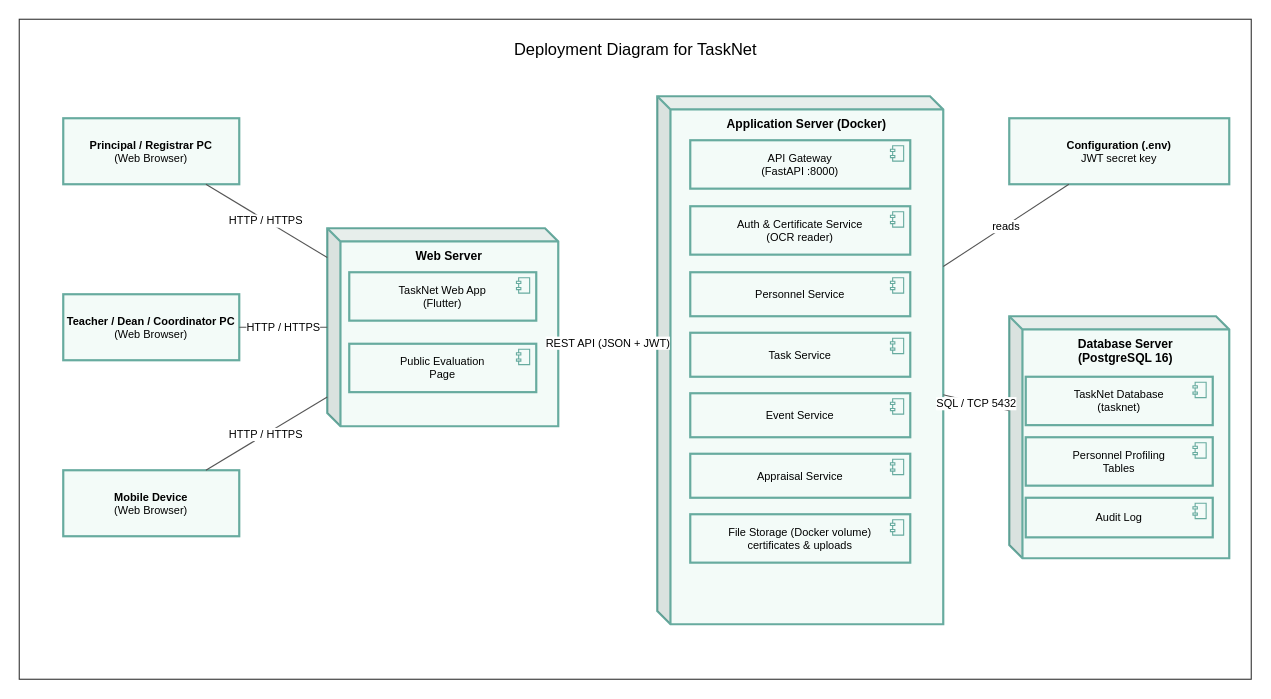
This is docs/tasknet_deployment.drawio from sjekob/Task-and-Event-Management-System, a draw.io file, before an edit. Source tidied: cells renumbered, new cells numbered last; positions are measured from the earlier drawing's top-left corner, leaving out a move shared by most shapes. Both pictures are drawn from the tidied source at 110%, with x=0, y=0 at pixel (19, 19).
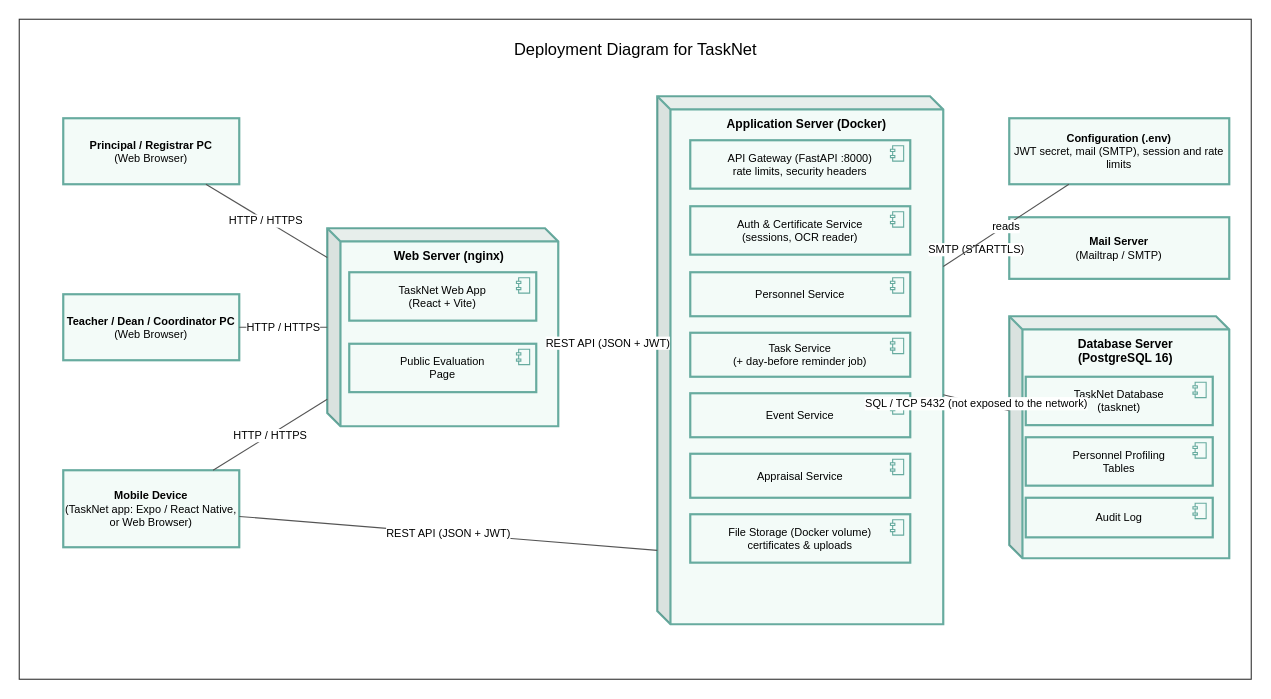
After the change.

Unchanged cells that the change refers to:
```xml
<mxCell id="12" value="Application Server (Docker)" style="shape=cube;whiteSpace=wrap;html=1;boundedLbl=1;backgroundOutline=1;darkOpacity=0.05;darkOpacity2=0.1;size=12;verticalAlign=top;fontStyle=1;fontSize=11;fillColor=#F3FBF8;strokeColor=#67AB9F;strokeWidth=2;" parent="1" vertex="1">
  <mxGeometry x="580" y="70" width="260" height="480" as="geometry" />
</mxCell>
<mxCell id="27" value="Database Server&lt;br&gt;(PostgreSQL 16)" style="shape=cube;whiteSpace=wrap;html=1;boundedLbl=1;backgroundOutline=1;darkOpacity=0.05;darkOpacity2=0.1;size=12;verticalAlign=top;fontStyle=1;fontSize=11;fillColor=#F3FBF8;strokeColor=#67AB9F;strokeWidth=2;" parent="1" vertex="1">
  <mxGeometry x="900" y="270" width="200" height="220" as="geometry" />
</mxCell>
```

Diff of the diagram source:
```diff
@@
-    <mxCell id="6" value="Mobile Device&lt;br&gt;&lt;span style='font-weight:normal'&gt;(Web Browser)&lt;/span&gt;" style="rounded=0;whiteSpace=wrap;html=1;fontSize=10;fillColor=#F3FBF8;strokeColor=#67AB9F;strokeWidth=2;fontStyle=1;" parent="1" vertex="1">
-      <mxGeometry x="40" y="410" width="160" height="60" as="geometry" />
+    <mxCell id="6" value="Mobile Device&lt;br&gt;&lt;span style='font-weight:normal'&gt;(TaskNet app: Expo / React Native, or Web Browser)&lt;/span&gt;" style="rounded=0;whiteSpace=wrap;html=1;fontSize=10;fillColor=#F3FBF8;strokeColor=#67AB9F;strokeWidth=2;fontStyle=1;" parent="1" vertex="1">
+      <mxGeometry x="40" y="410" width="160" height="70" as="geometry" />
     </mxCell>
-    <mxCell id="7" value="Web Server" style="shape=cube;whiteSpace=wrap;html=1;boundedLbl=1;backgroundOutline=1;darkOpacity=0.05;darkOpacity2=0.1;size=12;verticalAlign=top;fontStyle=1;fontSize=11;fillColor=#F3FBF8;strokeColor=#67AB9F;strokeWidth=2;" parent="1" vertex="1">
+    <mxCell id="7" value="Web Server (nginx)" style="shape=cube;whiteSpace=wrap;html=1;boundedLbl=1;backgroundOutline=1;darkOpacity=0.05;darkOpacity2=0.1;size=12;verticalAlign=top;fontStyle=1;fontSize=11;fillColor=#F3FBF8;strokeColor=#67AB9F;strokeWidth=2;" parent="1" vertex="1">
       <mxGeometry x="280" y="190" width="210" height="180" as="geometry" />
     </mxCell>
-    <mxCell id="8" value="TaskNet Web App&lt;br&gt;(Flutter)" style="html=1;whiteSpace=wrap;fontSize=10;fillColor=#F3FBF8;strokeColor=#67AB9F;strokeWidth=2;" parent="1" vertex="1">
+    <mxCell id="8" value="TaskNet Web App&lt;br&gt;(React + Vite)" style="html=1;whiteSpace=wrap;fontSize=10;fillColor=#F3FBF8;strokeColor=#67AB9F;strokeWidth=2;" parent="1" vertex="1">
       <mxGeometry x="300" y="230" width="170" height="44" as="geometry" />
     </mxCell>
@@
-    <mxCell id="13" value="API Gateway&lt;br&gt;(FastAPI :8000)" style="html=1;whiteSpace=wrap;fontSize=10;fillColor=#F3FBF8;strokeColor=#67AB9F;strokeWidth=2;" parent="1" vertex="1">
+    <mxCell id="13" value="API Gateway (FastAPI :8000)&lt;br&gt;rate limits, security headers" style="html=1;whiteSpace=wrap;fontSize=10;fillColor=#F3FBF8;strokeColor=#67AB9F;strokeWidth=2;" parent="1" vertex="1">
       <mxGeometry x="610" y="110" width="200" height="44" as="geometry" />
     </mxCell>
@@
-    <mxCell id="15" value="Auth &amp;amp; Certificate Service&lt;br&gt;(OCR reader)" style="html=1;whiteSpace=wrap;fontSize=10;fillColor=#F3FBF8;strokeColor=#67AB9F;strokeWidth=2;" parent="1" vertex="1">
+    <mxCell id="15" value="Auth &amp;amp; Certificate Service&lt;br&gt;(sessions, OCR reader)" style="html=1;whiteSpace=wrap;fontSize=10;fillColor=#F3FBF8;strokeColor=#67AB9F;strokeWidth=2;" parent="1" vertex="1">
       <mxGeometry x="610" y="170" width="200" height="44" as="geometry" />
     </mxCell>
@@
-    <mxCell id="19" value="Task Service" style="html=1;whiteSpace=wrap;fontSize=10;fillColor=#F3FBF8;strokeColor=#67AB9F;strokeWidth=2;" parent="1" vertex="1">
+    <mxCell id="19" value="Task Service&lt;br&gt;(+ day-before reminder job)" style="html=1;whiteSpace=wrap;fontSize=10;fillColor=#F3FBF8;strokeColor=#67AB9F;strokeWidth=2;" parent="1" vertex="1">
       <mxGeometry x="610" y="285" width="200" height="40" as="geometry" />
     </mxCell>
@@
-    <mxCell id="34" value="Configuration (.env)&lt;br&gt;&lt;span style='font-weight:normal'&gt;JWT secret key&lt;/span&gt;" style="rounded=0;whiteSpace=wrap;html=1;fontSize=10;fillColor=#F3FBF8;strokeColor=#67AB9F;strokeWidth=2;fontStyle=1;" parent="1" vertex="1">
+    <mxCell id="34" value="Configuration (.env)&lt;br&gt;&lt;span style='font-weight:normal'&gt;JWT secret, mail (SMTP), session and rate limits&lt;/span&gt;" style="rounded=0;whiteSpace=wrap;html=1;fontSize=10;fillColor=#F3FBF8;strokeColor=#67AB9F;strokeWidth=2;fontStyle=1;" parent="1" vertex="1">
       <mxGeometry x="900" y="90" width="200" height="60" as="geometry" />
     </mxCell>
@@
-    <mxCell id="39" value="SQL / TCP 5432" style="endArrow=none;html=1;fontSize=10;strokeColor=#555555;labelBackgroundColor=#ffffff;" parent="1" edge="1" source="12" target="27">
+    <mxCell id="39" value="SQL / TCP 5432 (not exposed to the network)" style="endArrow=none;html=1;fontSize=10;strokeColor=#555555;labelBackgroundColor=#ffffff;" parent="1" edge="1" source="12" target="27">
       <mxGeometry relative="1" as="geometry" />
     </mxCell>
+    <mxCell id="41" value="Mail Server&lt;br&gt;&lt;span style='font-weight:normal'&gt;(Mailtrap / SMTP)&lt;/span&gt;" style="rounded=0;whiteSpace=wrap;html=1;fontSize=10;fillColor=#F3FBF8;strokeColor=#67AB9F;strokeWidth=2;fontStyle=1;" parent="1" vertex="1">
+      <mxGeometry x="900" y="180" width="200" height="56" as="geometry" />
+    </mxCell>
+    <mxCell id="42" value="SMTP (STARTTLS)" style="endArrow=none;html=1;fontSize=10;strokeColor=#555555;labelBackgroundColor=#ffffff;exitX=1;exitY=0.29;exitDx=0;exitDy=0;entryX=0;entryY=0.5;entryDx=0;entryDy=0;" parent="1" edge="1" source="12" target="41">
+      <mxGeometry relative="1" as="geometry" />
+    </mxCell>
+    <mxCell id="43" value="REST API (JSON + JWT)" style="endArrow=none;html=1;fontSize=10;strokeColor=#555555;labelBackgroundColor=#ffffff;exitX=1;exitY=0.6;exitDx=0;exitDy=0;entryX=0;entryY=0.86;entryDx=0;entryDy=0;" parent="1" edge="1" source="6" target="12">
+      <mxGeometry relative="1" as="geometry" />
+    </mxCell>
```
